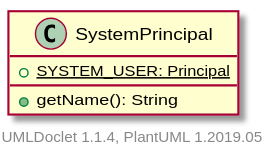
The PlantUML diagram apidocs/2.11.0.M8-SNAPSHOT/org/apache/wiki/workflow/SystemPrincipal.svg in apache/jspwiki-site, before a commit. Source of this version:
```plantuml
@startuml

    class SystemPrincipal [[SystemPrincipal.html]] {
        {static} +SYSTEM_USER: Principal
        +getName(): String
    }


    center footer UMLDoclet 1.1.4, PlantUML 1.2019.05
@enduml
```
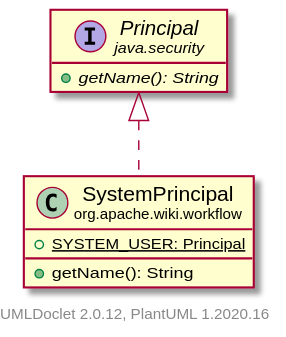
After the change.

The edit, as a diff of the source:
```diff
@@ -1,10 +1,18 @@
 @startuml
+    set namespaceSeparator none
+    hide empty fields
+    hide empty methods
 
-    class SystemPrincipal [[SystemPrincipal.html]] {
+    class "<size:14>SystemPrincipal\n<size:10>org.apache.wiki.workflow" as org.apache.wiki.workflow.SystemPrincipal [[SystemPrincipal.html]] {
         {static} +SYSTEM_USER: Principal
         +getName(): String
     }
 
+    interface "<size:14>Principal\n<size:10>java.security" as java.security.Principal {
+        {abstract} +getName(): String
+    }
 
-    center footer UMLDoclet 1.1.4, PlantUML 1.2019.05
+    java.security.Principal <|.. org.apache.wiki.workflow.SystemPrincipal
+
+    center footer UMLDoclet 2.0.12, PlantUML 1.2020.16
 @enduml
```
